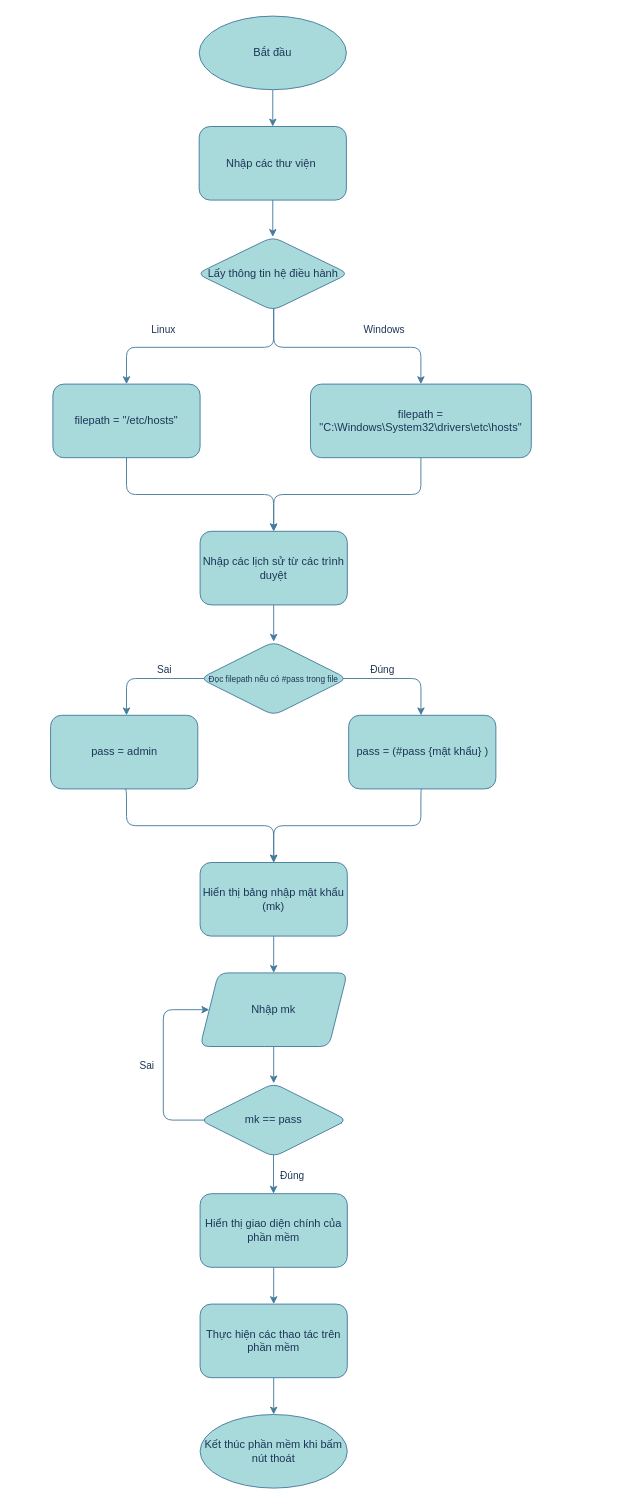
The draw.io diagram Mind Map/Biểu đồ không có tiêu đề.drawio in PlaymakerVN/KHKT-2023-1, before the edit. Source tidied: cells renumbered, new cells numbered last; positions are measured from the earlier drawing's top-left corner, leaving out a move shared by most shapes. Both pictures are drawn from the tidied source at 92%, with x=0, y=0 at pixel (51, 16).
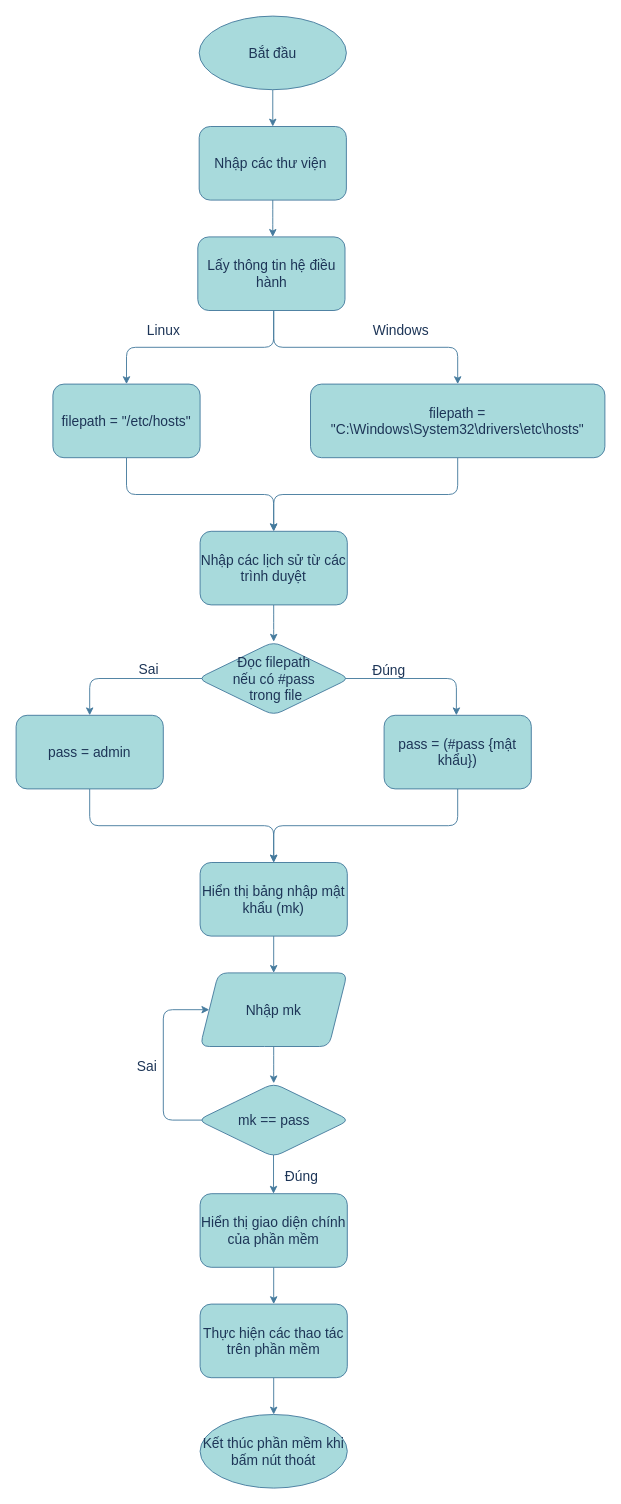
After the change.

Commit message:
Cập nhật Biểu đồ không có tiêu đề.drawio

What changed in the source:
```diff
@@
-    <mxCell id="2" style="edgeStyle=orthogonalEdgeStyle;rounded=1;jettySize=auto;html=1;labelBackgroundColor=none;strokeColor=#457B9D;fontColor=default;" parent="1" edge="1" source="3" target="37">
+    <mxCell id="2" style="edgeStyle=orthogonalEdgeStyle;rounded=1;jettySize=auto;html=1;labelBackgroundColor=none;strokeColor=#457B9D;fontColor=default;fontSize=15;" parent="1" edge="1" source="3" target="37">
       <mxGeometry relative="1" as="geometry" />
     </mxCell>
-    <mxCell id="3" value="Thực hiện các thao tác trên phần mềm" style="whiteSpace=wrap;html=1;rounded=1;labelBackgroundColor=none;fillColor=#A8DADC;strokeColor=#457B9D;fontColor=#1D3557;" parent="1" vertex="1">
+    <mxCell id="3" value="Thực hiện các thao tác trên phần mềm" style="whiteSpace=wrap;html=1;rounded=1;labelBackgroundColor=none;fillColor=#A8DADC;strokeColor=#457B9D;fontColor=#1D3557;fontSize=15;" parent="1" vertex="1">
       <mxGeometry x="162" y="1400" width="160" height="80" as="geometry" />
     </mxCell>
-    <mxCell id="4" style="edgeStyle=orthogonalEdgeStyle;rounded=1;jettySize=auto;html=1;labelBackgroundColor=none;strokeColor=#457B9D;fontColor=default;" parent="1" edge="1" target="12">
+    <mxCell id="4" style="edgeStyle=orthogonalEdgeStyle;rounded=1;jettySize=auto;html=1;labelBackgroundColor=none;strokeColor=#457B9D;fontColor=default;fontSize=15;" parent="1" edge="1" target="12">
       <mxGeometry relative="1" as="geometry">
         <mxPoint x="242" y="250" as="sourcePoint" />
         <Array as="points">
           <mxPoint x="242" y="360" />
           <mxPoint x="82" y="360" />
         </Array>
       </mxGeometry>
     </mxCell>
-    <mxCell id="5" value="Linux" style="edgeLabel;html=1;align=center;verticalAlign=middle;labelBackgroundColor=none;fontColor=#1D3557;rounded=1;" parent="4" vertex="1">
+    <mxCell id="5" value="Linux" style="edgeLabel;html=1;align=center;verticalAlign=middle;labelBackgroundColor=none;fontColor=#1D3557;rounded=1;fontSize=15;" parent="4" vertex="1">
       <mxGeometry x="0.25" y="1" relative="1" as="geometry">
         <mxPoint x="-37" y="-21" as="offset" />
       </mxGeometry>
     </mxCell>
-    <mxCell id="6" style="edgeStyle=orthogonalEdgeStyle;rounded=1;jettySize=auto;html=1;labelBackgroundColor=none;strokeColor=#457B9D;fontColor=default;" parent="1" edge="1" target="10">
+    <mxCell id="6" style="edgeStyle=orthogonalEdgeStyle;rounded=1;jettySize=auto;html=1;labelBackgroundColor=none;strokeColor=#457B9D;fontColor=default;fontSize=15;" parent="1" edge="1" target="10">
       <mxGeometry relative="1" as="geometry">
         <mxPoint x="242" y="270" as="sourcePoint" />
         <Array as="points">
           <mxPoint x="242" y="360" />
-          <mxPoint x="402" y="360" />
+          <mxPoint x="442" y="360" />
         </Array>
       </mxGeometry>
     </mxCell>
-    <mxCell id="7" value="Windows" style="edgeLabel;html=1;align=center;verticalAlign=middle;labelBackgroundColor=none;fontColor=#1D3557;rounded=1;" parent="6" vertex="1">
+    <mxCell id="7" value="Windows" style="edgeLabel;html=1;align=center;verticalAlign=middle;labelBackgroundColor=none;fontColor=#1D3557;rounded=1;fontSize=15;" parent="6" vertex="1">
       <mxGeometry x="-0.13" y="-2" relative="1" as="geometry">
         <mxPoint x="83" y="-22" as="offset" />
       </mxGeometry>
     </mxCell>
-    <mxCell id="8" value="Lấy thông tin hệ điều hành" style="rhombus;whiteSpace=wrap;html=1;labelBackgroundColor=none;fillColor=#A8DADC;strokeColor=#457B9D;fontColor=#1D3557;rounded=1;" parent="1" vertex="1">
-      <mxGeometry x="158.5" y="240" width="165" height="80" as="geometry" />
-    </mxCell>
-    <mxCell id="9" style="edgeStyle=orthogonalEdgeStyle;rounded=1;jettySize=auto;html=1;exitX=0.5;exitY=1;exitDx=0;exitDy=0;entryX=0.5;entryY=0;entryDx=0;entryDy=0;labelBackgroundColor=none;strokeColor=#457B9D;fontColor=default;" parent="1" edge="1" source="10" target="32">
-      <mxGeometry relative="1" as="geometry" />
+    <mxCell id="9" style="edgeStyle=orthogonalEdgeStyle;rounded=1;jettySize=auto;html=1;exitX=0.5;exitY=1;exitDx=0;exitDy=0;entryX=0.5;entryY=0;entryDx=0;entryDy=0;labelBackgroundColor=none;strokeColor=#457B9D;fontColor=default;fontSize=15;" parent="1" edge="1" source="10" target="32">
+      <mxGeometry relative="1" as="geometry">
+        <Array as="points">
+          <mxPoint x="442" y="480" />
+          <mxPoint x="442" y="520" />
+          <mxPoint x="242" y="520" />
+        </Array>
+      </mxGeometry>
     </mxCell>
-    <mxCell id="10" value="filepath = &quot;C:\Windows\System32\drivers\etc\hosts&quot;" style="rounded=1;whiteSpace=wrap;html=1;labelBackgroundColor=none;fillColor=#A8DADC;strokeColor=#457B9D;fontColor=#1D3557;" parent="1" vertex="1">
-      <mxGeometry x="282" y="400" width="240" height="80" as="geometry" />
+    <mxCell id="10" value="filepath = &quot;C:\Windows\System32\drivers\etc\hosts&quot;" style="rounded=1;whiteSpace=wrap;html=1;labelBackgroundColor=none;fillColor=#A8DADC;strokeColor=#457B9D;fontColor=#1D3557;fontSize=15;" parent="1" vertex="1">
+      <mxGeometry x="282" y="400" width="320" height="80" as="geometry" />
     </mxCell>
-    <mxCell id="11" style="edgeStyle=orthogonalEdgeStyle;rounded=1;jettySize=auto;html=1;exitX=0.5;exitY=1;exitDx=0;exitDy=0;entryX=0.5;entryY=0;entryDx=0;entryDy=0;labelBackgroundColor=none;strokeColor=#457B9D;fontColor=default;" parent="1" edge="1" source="12" target="32">
+    <mxCell id="11" style="edgeStyle=orthogonalEdgeStyle;rounded=1;jettySize=auto;html=1;exitX=0.5;exitY=1;exitDx=0;exitDy=0;entryX=0.5;entryY=0;entryDx=0;entryDy=0;labelBackgroundColor=none;strokeColor=#457B9D;fontColor=default;fontSize=15;" parent="1" edge="1" source="12" target="32">
       <mxGeometry relative="1" as="geometry" />
     </mxCell>
-    <mxCell id="12" value="filepath = &quot;/etc/hosts&quot;" style="rounded=1;whiteSpace=wrap;html=1;labelBackgroundColor=none;fillColor=#A8DADC;strokeColor=#457B9D;fontColor=#1D3557;" parent="1" vertex="1">
+    <mxCell id="12" value="filepath = &quot;/etc/hosts&quot;" style="rounded=1;whiteSpace=wrap;html=1;labelBackgroundColor=none;fillColor=#A8DADC;strokeColor=#457B9D;fontColor=#1D3557;fontSize=15;" parent="1" vertex="1">
       <mxGeometry x="2" y="400" width="160" height="80" as="geometry" />
     </mxCell>
-    <mxCell id="13" style="edgeStyle=orthogonalEdgeStyle;rounded=1;jettySize=auto;html=1;labelBackgroundColor=none;strokeColor=#457B9D;fontColor=default;entryX=0.5;entryY=0;entryDx=0;entryDy=0;exitX=0.964;exitY=0.526;exitDx=0;exitDy=0;exitPerimeter=0;" parent="1" edge="1" source="17">
+    <mxCell id="13" style="edgeStyle=orthogonalEdgeStyle;rounded=1;jettySize=auto;html=1;labelBackgroundColor=none;strokeColor=#457B9D;fontColor=default;entryX=0.5;entryY=0;entryDx=0;entryDy=0;exitX=0.964;exitY=0.526;exitDx=0;exitDy=0;exitPerimeter=0;fontSize=15;" parent="1" edge="1" target="19">
       <mxGeometry relative="1" as="geometry">
-        <mxPoint x="82" y="760" as="targetPoint" />
+        <mxPoint x="316.2" y="722.1" as="sourcePoint" />
         <Array as="points">
           <mxPoint x="316" y="720" />
-          <mxPoint x="82" y="720" />
+          <mxPoint x="42" y="720" />
         </Array>
       </mxGeometry>
     </mxCell>
-    <mxCell id="14" value="Sai" style="edgeLabel;html=1;align=center;verticalAlign=middle;labelBackgroundColor=none;fontColor=#1D3557;rounded=1;" parent="13" vertex="1">
+    <mxCell id="14" value="Sai" style="edgeLabel;html=1;align=center;verticalAlign=middle;labelBackgroundColor=none;fontColor=#1D3557;rounded=1;fontSize=15;" parent="13" vertex="1">
       <mxGeometry x="-0.16" y="4" relative="1" as="geometry">
         <mxPoint x="-80" y="-15" as="offset" />
       </mxGeometry>
     </mxCell>
-    <mxCell id="15" style="edgeStyle=orthogonalEdgeStyle;rounded=1;jettySize=auto;html=1;labelBackgroundColor=none;strokeColor=#457B9D;fontColor=default;exitX=0.067;exitY=0.543;exitDx=0;exitDy=0;exitPerimeter=0;entryX=0.491;entryY=0;entryDx=0;entryDy=0;entryPerimeter=0;" parent="1" edge="1" target="21">
+    <mxCell id="15" style="edgeStyle=orthogonalEdgeStyle;rounded=1;jettySize=auto;html=1;labelBackgroundColor=none;strokeColor=#457B9D;fontColor=default;exitX=0.067;exitY=0.543;exitDx=0;exitDy=0;exitPerimeter=0;entryX=0.491;entryY=0;entryDx=0;entryDy=0;entryPerimeter=0;fontSize=15;" parent="1" edge="1" source="17" target="21">
       <mxGeometry relative="1" as="geometry">
-        <mxPoint x="192" y="713.4" as="sourcePoint" />
         <Array as="points">
           <mxPoint x="192" y="720" />
-          <mxPoint x="402" y="720" />
+          <mxPoint x="441" y="720" />
         </Array>
       </mxGeometry>
     </mxCell>
-    <mxCell id="16" value="Đúng" style="edgeLabel;html=1;align=center;verticalAlign=middle;labelBackgroundColor=none;fontColor=#1D3557;rounded=1;" parent="15" vertex="1">
-      <mxGeometry x="-0.28" y="-1" relative="1" as="geometry">
-        <mxPoint x="82" y="-11" as="offset" />
+    <mxCell id="16" value="Đúng" style="edgeLabel;html=1;align=center;verticalAlign=middle;labelBackgroundColor=none;fontColor=#1D3557;fontSize=15;" parent="15" vertex="1">
+      <mxGeometry x="0.27" y="1" relative="1" as="geometry">
+        <mxPoint y="-9" as="offset" />
       </mxGeometry>
     </mxCell>
-    <mxCell id="17" value="&lt;div style=&quot;&quot;&gt;&lt;span style=&quot;background-color: initial; color: rgb(29, 53, 87); --darkreader-inline-bgcolor: initial; --darkreader-inline-color: #a5c4e1;&quot;&gt;&lt;font style=&quot;font-size: 9px;&quot;&gt;Đọc filepath nếu có #pass trong file&lt;/font&gt;&lt;/span&gt;&lt;/div&gt;" style="rhombus;whiteSpace=wrap;html=1;labelBackgroundColor=none;fillColor=#A8DADC;strokeColor=#457B9D;fontColor=#1D3557;rounded=1;align=center;" parent="1" vertex="1">
-      <mxGeometry x="162" y="680" width="160" height="80" as="geometry" />
-    </mxCell>
-    <mxCell id="18" style="edgeStyle=orthogonalEdgeStyle;rounded=1;jettySize=auto;html=1;exitX=0.5;exitY=1;exitDx=0;exitDy=0;entryX=0.5;entryY=0;entryDx=0;entryDy=0;labelBackgroundColor=none;strokeColor=#457B9D;fontColor=default;" parent="1" edge="1" source="19" target="23">
+    <mxCell id="18" style="edgeStyle=orthogonalEdgeStyle;rounded=1;jettySize=auto;html=1;exitX=0.5;exitY=1;exitDx=0;exitDy=0;entryX=0.5;entryY=0;entryDx=0;entryDy=0;labelBackgroundColor=none;strokeColor=#457B9D;fontColor=default;fontSize=15;" parent="1" edge="1" source="19" target="23">
       <mxGeometry relative="1" as="geometry">
         <Array as="points">
-          <mxPoint x="82" y="840" />
-          <mxPoint x="82" y="880" />
+          <mxPoint x="42" y="880" />
           <mxPoint x="242" y="880" />
         </Array>
       </mxGeometry>
     </mxCell>
-    <mxCell id="19" value="pass = admin" style="rounded=1;whiteSpace=wrap;html=1;labelBackgroundColor=none;fillColor=#A8DADC;strokeColor=#457B9D;fontColor=#1D3557;" parent="1" vertex="1">
-      <mxGeometry x="-0.5" y="760" width="160" height="80" as="geometry" />
+    <mxCell id="19" value="pass = admin" style="rounded=1;whiteSpace=wrap;html=1;labelBackgroundColor=none;fillColor=#A8DADC;strokeColor=#457B9D;fontColor=#1D3557;fontSize=15;" parent="1" vertex="1">
+      <mxGeometry x="-38" y="760" width="160" height="80" as="geometry" />
     </mxCell>
-    <mxCell id="20" style="edgeStyle=orthogonalEdgeStyle;rounded=1;jettySize=auto;html=1;exitX=0.5;exitY=1;exitDx=0;exitDy=0;entryX=0.5;entryY=0;entryDx=0;entryDy=0;labelBackgroundColor=none;strokeColor=#457B9D;fontColor=default;" parent="1" edge="1" source="21" target="23">
+    <mxCell id="20" style="edgeStyle=orthogonalEdgeStyle;rounded=1;jettySize=auto;html=1;exitX=0.5;exitY=1;exitDx=0;exitDy=0;entryX=0.5;entryY=0;entryDx=0;entryDy=0;labelBackgroundColor=none;strokeColor=#457B9D;fontColor=default;fontSize=15;" parent="1" edge="1" source="21" target="23">
       <mxGeometry relative="1" as="geometry">
         <Array as="points">
-          <mxPoint x="402" y="840" />
-          <mxPoint x="402" y="880" />
+          <mxPoint x="442" y="880" />
           <mxPoint x="242" y="880" />
         </Array>
       </mxGeometry>
     </mxCell>
-    <mxCell id="21" value="pass = (#pass {mật khẩu} )" style="rounded=1;whiteSpace=wrap;html=1;labelBackgroundColor=none;fillColor=#A8DADC;strokeColor=#457B9D;fontColor=#1D3557;" parent="1" vertex="1">
-      <mxGeometry x="323.5" y="760" width="160" height="80" as="geometry" />
+    <mxCell id="21" value="pass = (#pass {mật khẩu})" style="rounded=1;whiteSpace=wrap;html=1;labelBackgroundColor=none;fillColor=#A8DADC;strokeColor=#457B9D;fontColor=#1D3557;fontSize=15;" parent="1" vertex="1">
+      <mxGeometry x="362" y="760" width="160" height="80" as="geometry" />
     </mxCell>
-    <mxCell id="22" style="edgeStyle=orthogonalEdgeStyle;rounded=1;jettySize=auto;html=1;exitX=0.5;exitY=1;exitDx=0;exitDy=0;entryX=0.5;entryY=0;entryDx=0;entryDy=0;labelBackgroundColor=none;strokeColor=#457B9D;fontColor=default;" parent="1" edge="1" source="23" target="25">
+    <mxCell id="22" style="edgeStyle=orthogonalEdgeStyle;rounded=1;jettySize=auto;html=1;exitX=0.5;exitY=1;exitDx=0;exitDy=0;entryX=0.5;entryY=0;entryDx=0;entryDy=0;labelBackgroundColor=none;strokeColor=#457B9D;fontColor=default;fontSize=15;" parent="1" edge="1" source="23" target="25">
       <mxGeometry relative="1" as="geometry" />
     </mxCell>
-    <mxCell id="23" value="Hiển thị bảng nhập mật khẩu (mk)" style="rounded=1;whiteSpace=wrap;html=1;labelBackgroundColor=none;fillColor=#A8DADC;strokeColor=#457B9D;fontColor=#1D3557;" parent="1" vertex="1">
+    <mxCell id="23" value="Hiển thị bảng nhập mật khẩu (mk)" style="rounded=1;whiteSpace=wrap;html=1;labelBackgroundColor=none;fillColor=#A8DADC;strokeColor=#457B9D;fontColor=#1D3557;fontSize=15;" parent="1" vertex="1">
       <mxGeometry x="162" y="920" width="160" height="80" as="geometry" />
     </mxCell>
-    <mxCell id="24" style="edgeStyle=orthogonalEdgeStyle;rounded=1;jettySize=auto;html=1;exitX=0.5;exitY=1;exitDx=0;exitDy=0;labelBackgroundColor=none;strokeColor=#457B9D;fontColor=default;" parent="1" edge="1" source="25" target="30">
-      <mxGeometry relative="1" as="geometry" />
+    <mxCell id="24" style="edgeStyle=orthogonalEdgeStyle;rounded=1;jettySize=auto;html=1;exitX=0.5;exitY=1;exitDx=0;exitDy=0;labelBackgroundColor=none;strokeColor=#457B9D;fontColor=default;fontSize=15;" parent="1" edge="1" source="25">
+      <mxGeometry relative="1" as="geometry">
+        <mxPoint x="242" y="1160" as="targetPoint" />
+      </mxGeometry>
     </mxCell>
-    <mxCell id="25" value="Nhập mk" style="shape=parallelogram;perimeter=parallelogramPerimeter;whiteSpace=wrap;html=1;fixedSize=1;labelBackgroundColor=none;fillColor=#A8DADC;strokeColor=#457B9D;fontColor=#1D3557;rounded=1;" parent="1" vertex="1">
+    <mxCell id="25" value="Nhập mk" style="shape=parallelogram;perimeter=parallelogramPerimeter;whiteSpace=wrap;html=1;fixedSize=1;labelBackgroundColor=none;fillColor=#A8DADC;strokeColor=#457B9D;fontColor=#1D3557;rounded=1;fontSize=15;" parent="1" vertex="1">
       <mxGeometry x="162" y="1040" width="160" height="80" as="geometry" />
     </mxCell>
-    <mxCell id="26" style="edgeStyle=orthogonalEdgeStyle;rounded=1;orthogonalLoop=1;jettySize=auto;html=1;strokeColor=#457B9D;fontColor=default;labelBackgroundColor=none;entryX=0.5;entryY=0;entryDx=0;entryDy=0;" parent="1" edge="1">
+    <mxCell id="26" style="edgeStyle=orthogonalEdgeStyle;rounded=1;orthogonalLoop=1;jettySize=auto;html=1;strokeColor=#457B9D;fontColor=default;labelBackgroundColor=none;entryX=0.5;entryY=0;entryDx=0;entryDy=0;fontSize=15;" parent="1" edge="1">
       <mxGeometry y="40" relative="1" as="geometry">
         <mxPoint x="241.8" y="1180" as="sourcePoint" />
         <mxPoint x="241.8" y="1280" as="targetPoint" />
       </mxGeometry>
     </mxCell>
-    <mxCell id="27" value="Đúng" style="edgeLabel;html=1;align=center;verticalAlign=middle;fontColor=#1D3557;rounded=1;labelBackgroundColor=none;" parent="26" vertex="1">
+    <mxCell id="27" value="Đúng" style="edgeLabel;html=1;align=center;verticalAlign=middle;fontColor=#1D3557;rounded=1;labelBackgroundColor=none;fontSize=15;" parent="26" vertex="1">
       <mxGeometry x="-0.06" y="7" relative="1" as="geometry">
-        <mxPoint x="13" y="33" as="offset" />
+        <mxPoint x="23" y="33" as="offset" />
       </mxGeometry>
     </mxCell>
-    <mxCell id="28" style="edgeStyle=orthogonalEdgeStyle;rounded=1;jettySize=auto;html=1;exitX=0.959;exitY=0.55;exitDx=0;exitDy=0;entryX=0;entryY=0.5;entryDx=0;entryDy=0;strokeColor=#457B9D;fontColor=default;fillColor=#A8DADC;exitPerimeter=0;labelBackgroundColor=none;" parent="1" edge="1" source="30" target="25">
+    <mxCell id="28" style="edgeStyle=orthogonalEdgeStyle;rounded=1;jettySize=auto;html=1;exitX=0.959;exitY=0.55;exitDx=0;exitDy=0;entryX=0;entryY=0.5;entryDx=0;entryDy=0;strokeColor=#457B9D;fontColor=default;fillColor=#A8DADC;exitPerimeter=0;labelBackgroundColor=none;fontSize=15;" parent="1" edge="1" target="25">
       <mxGeometry relative="1" as="geometry">
+        <mxPoint x="315.4" y="1204" as="sourcePoint" />
         <Array as="points">
           <mxPoint x="315" y="1200" />
           <mxPoint x="122" y="1200" />
           <mxPoint x="122" y="1080" />
         </Array>
       </mxGeometry>
     </mxCell>
-    <mxCell id="29" value="Sai" style="edgeLabel;html=1;align=center;verticalAlign=middle;fontColor=#1D3557;labelBackgroundColor=none;rounded=1;" parent="28" vertex="1">
+    <mxCell id="29" value="Sai" style="edgeLabel;html=1;align=center;verticalAlign=middle;fontColor=#1D3557;labelBackgroundColor=none;rounded=1;fontSize=15;" parent="28" vertex="1">
       <mxGeometry x="-0.04" y="1" relative="1" as="geometry">
         <mxPoint x="-40" y="-61" as="offset" />
       </mxGeometry>
     </mxCell>
-    <mxCell id="30" value="mk == pass" style="rhombus;whiteSpace=wrap;html=1;labelBackgroundColor=none;fillColor=#A8DADC;strokeColor=#457B9D;fontColor=#1D3557;rounded=1;" parent="1" vertex="1">
-      <mxGeometry x="162" y="1160" width="160" height="80" as="geometry" />
-    </mxCell>
-    <mxCell id="31" style="edgeStyle=orthogonalEdgeStyle;rounded=1;jettySize=auto;html=1;exitX=0.5;exitY=1;exitDx=0;exitDy=0;entryX=0.5;entryY=0;entryDx=0;entryDy=0;labelBackgroundColor=none;strokeColor=#457B9D;fontColor=default;" parent="1" edge="1" source="32" target="17">
-      <mxGeometry relative="1" as="geometry" />
+    <mxCell id="31" style="edgeStyle=orthogonalEdgeStyle;rounded=1;jettySize=auto;html=1;exitX=0.5;exitY=1;exitDx=0;exitDy=0;entryX=0.5;entryY=0;entryDx=0;entryDy=0;labelBackgroundColor=none;strokeColor=#457B9D;fontColor=default;fontSize=15;" parent="1" edge="1" source="32">
+      <mxGeometry relative="1" as="geometry">
+        <mxPoint x="242" y="680" as="targetPoint" />
+      </mxGeometry>
     </mxCell>
-    <mxCell id="32" value="Nhập các lịch sử từ các trình duyệt" style="rounded=1;whiteSpace=wrap;html=1;labelBackgroundColor=none;fillColor=#A8DADC;strokeColor=#457B9D;fontColor=#1D3557;" parent="1" vertex="1">
+    <mxCell id="32" value="Nhập các lịch sử từ các trình duyệt" style="rounded=1;whiteSpace=wrap;html=1;labelBackgroundColor=none;fillColor=#A8DADC;strokeColor=#457B9D;fontColor=#1D3557;fontSize=15;" parent="1" vertex="1">
       <mxGeometry x="162" y="560" width="160" height="80" as="geometry" />
     </mxCell>
-    <mxCell id="33" style="edgeStyle=orthogonalEdgeStyle;rounded=1;jettySize=auto;html=1;labelBackgroundColor=none;strokeColor=#457B9D;fontColor=default;" parent="1" edge="1" source="34" target="8">
-      <mxGeometry relative="1" as="geometry" />
+    <mxCell id="33" style="edgeStyle=orthogonalEdgeStyle;rounded=1;jettySize=auto;html=1;labelBackgroundColor=none;strokeColor=#457B9D;fontColor=default;fontSize=15;" parent="1" edge="1" source="34">
+      <mxGeometry relative="1" as="geometry">
+        <mxPoint x="241" y="240" as="targetPoint" />
+      </mxGeometry>
     </mxCell>
-    <mxCell id="34" value="Nhập các thư viện&amp;nbsp;" style="rounded=1;whiteSpace=wrap;html=1;labelBackgroundColor=none;fillColor=#A8DADC;strokeColor=#457B9D;fontColor=#1D3557;" parent="1" vertex="1">
+    <mxCell id="34" value="Nhập các thư viện&amp;nbsp;" style="rounded=1;whiteSpace=wrap;html=1;labelBackgroundColor=none;fillColor=#A8DADC;strokeColor=#457B9D;fontColor=#1D3557;fontSize=15;" parent="1" vertex="1">
       <mxGeometry x="161" y="120" width="160" height="80" as="geometry" />
     </mxCell>
-    <mxCell id="35" style="edgeStyle=orthogonalEdgeStyle;rounded=1;jettySize=auto;html=1;labelBackgroundColor=none;strokeColor=#457B9D;fontColor=default;" parent="1" edge="1" source="36" target="34">
+    <mxCell id="35" style="edgeStyle=orthogonalEdgeStyle;rounded=1;jettySize=auto;html=1;labelBackgroundColor=none;strokeColor=#457B9D;fontColor=default;fontSize=15;" parent="1" edge="1" source="36" target="34">
       <mxGeometry relative="1" as="geometry" />
     </mxCell>
-    <mxCell id="36" value="Bắt đầu" style="ellipse;whiteSpace=wrap;html=1;labelBackgroundColor=none;fillColor=#A8DADC;strokeColor=#457B9D;fontColor=#1D3557;rounded=1;" parent="1" vertex="1">
+    <mxCell id="36" value="Bắt đầu" style="ellipse;whiteSpace=wrap;html=1;labelBackgroundColor=none;fillColor=#A8DADC;strokeColor=#457B9D;fontColor=#1D3557;rounded=1;fontSize=15;" parent="1" vertex="1">
       <mxGeometry x="161" width="160" height="80" as="geometry" />
     </mxCell>
-    <mxCell id="37" value="Kết thúc phần mềm khi bấm nút thoát" style="ellipse;whiteSpace=wrap;html=1;labelBackgroundColor=none;fillColor=#A8DADC;strokeColor=#457B9D;fontColor=#1D3557;rounded=1;" parent="1" vertex="1">
+    <mxCell id="37" value="Kết thúc phần mềm khi bấm nút thoát" style="ellipse;whiteSpace=wrap;html=1;labelBackgroundColor=none;fillColor=#A8DADC;strokeColor=#457B9D;fontColor=#1D3557;rounded=1;fontSize=15;" parent="1" vertex="1">
       <mxGeometry x="162" y="1520" width="160" height="80" as="geometry" />
     </mxCell>
-    <mxCell id="38" style="edgeStyle=orthogonalEdgeStyle;rounded=1;jettySize=auto;html=1;strokeColor=#457B9D;fontColor=default;labelBackgroundColor=none;" parent="1" edge="1" source="39" target="3">
+    <mxCell id="38" style="edgeStyle=orthogonalEdgeStyle;rounded=1;jettySize=auto;html=1;strokeColor=#457B9D;fontColor=default;labelBackgroundColor=none;fontSize=15;" parent="1" edge="1" source="39" target="3">
       <mxGeometry relative="1" as="geometry" />
     </mxCell>
-    <mxCell id="39" value="Hiển thị giao diện chính của phần mềm" style="whiteSpace=wrap;html=1;strokeColor=#457B9D;fontColor=#1D3557;fillColor=#A8DADC;rounded=1;labelBackgroundColor=none;" parent="1" vertex="1">
+    <mxCell id="39" value="Hiển thị giao diện chính của phần mềm" style="whiteSpace=wrap;html=1;strokeColor=#457B9D;fontColor=#1D3557;fillColor=#A8DADC;rounded=1;labelBackgroundColor=none;fontSize=15;" parent="1" vertex="1">
       <mxGeometry x="162" y="1280" width="160" height="80" as="geometry" />
     </mxCell>
+    <mxCell id="8" value="Lấy thông tin hệ điều hành" style="rounded=1;whiteSpace=wrap;html=1;labelBackgroundColor=none;fillColor=#A8DADC;strokeColor=#457B9D;fontColor=#1D3557;fontSize=15;" parent="1" vertex="1">
+      <mxGeometry x="159.5" y="240" width="160" height="80" as="geometry" />
+    </mxCell>
+    <mxCell id="17" value="Đọc filepath &lt;br style=&quot;font-size: 15px;&quot;&gt;nếu có #pass&lt;br style=&quot;font-size: 15px;&quot;&gt;&amp;nbsp;trong file" style="rhombus;whiteSpace=wrap;html=1;labelBackgroundColor=none;fillColor=#A8DADC;strokeColor=#457B9D;fontColor=#1D3557;rounded=1;fontSize=15;" parent="1" vertex="1">
+      <mxGeometry x="159.5" y="680" width="165" height="80" as="geometry" />
+    </mxCell>
+    <mxCell id="30" value="mk == pass" style="rhombus;whiteSpace=wrap;html=1;labelBackgroundColor=none;fillColor=#A8DADC;strokeColor=#457B9D;fontColor=#1D3557;rounded=1;fontSize=15;" parent="1" vertex="1">
+      <mxGeometry x="159.5" y="1160" width="165" height="80" as="geometry" />
+    </mxCell>
```
